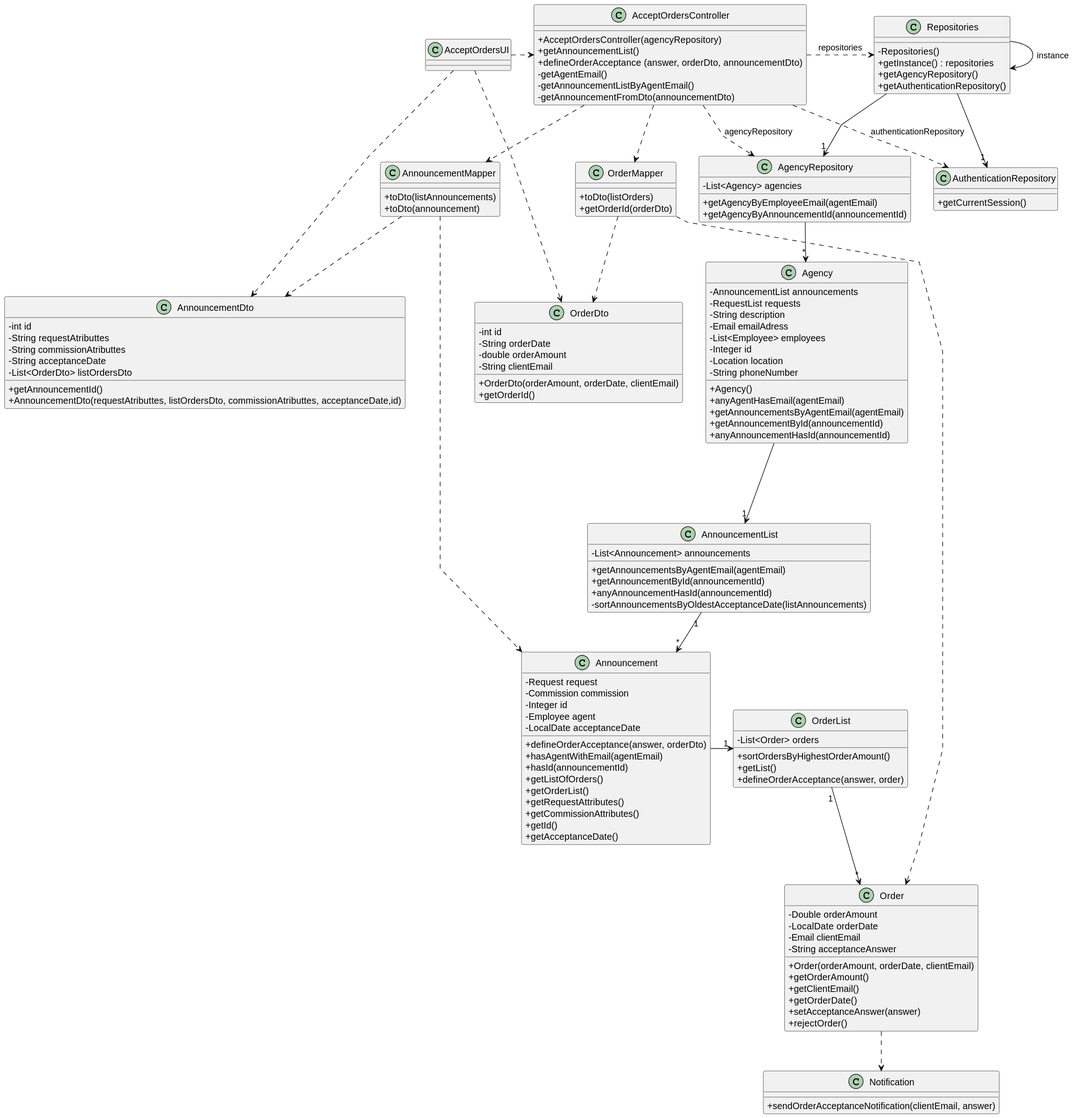
Before: docs/sprintC/us011/03.design/svg/us011-class-diagram.svg, a diagram exported from PlantUML (rita-barbosa/LAPR2-2223).
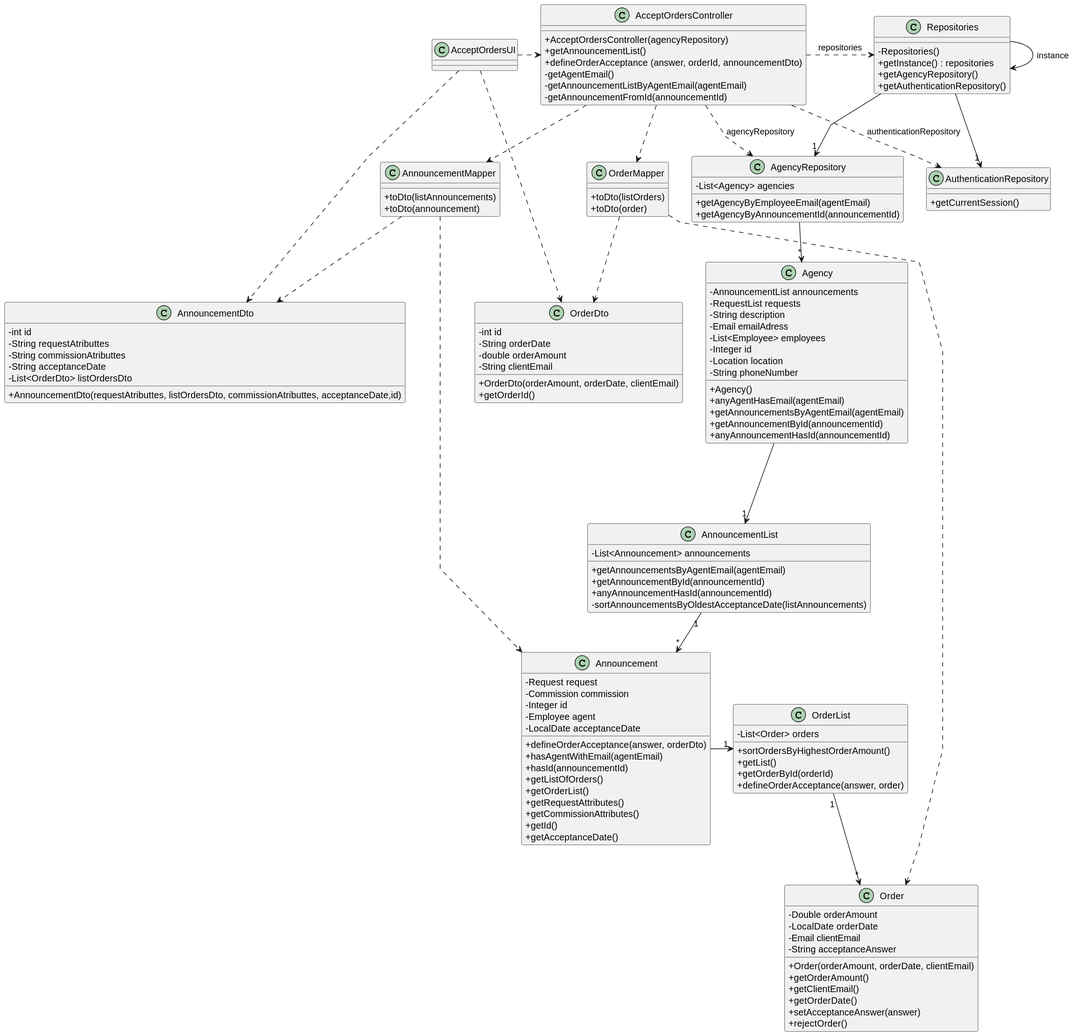
The same file after the commit.

Commit message:
Update Sequence & Class diagram: final alterations [US011][Design][#01 & #05 Task]

The edit, as a diff of the source:
```diff
@@ -5,9 +5,6 @@
 
 skinparam classAttributeIconSize 0
 
-class Notification {
-+ sendOrderAcceptanceNotification(clientEmail, answer)
-}
 
 class Order {
     - Double orderAmount
@@ -24,13 +21,14 @@
 
 class OrderMapper {
     + toDto(listOrders)
-    + getOrderId(orderDto)
+    + toDto(order)
 }
 
 class OrderList {
     - List<Order> orders
     + sortOrdersByHighestOrderAmount()
     + getList()
+    + getOrderById(orderId)
     + defineOrderAcceptance(answer, order)
 }
 
@@ -66,7 +64,6 @@
     - String commissionAtributtes
     - String acceptanceDate
     - List<OrderDto> listOrdersDto
-    + getAnnouncementId()
     + AnnouncementDto(requestAtributtes, listOrdersDto, commissionAtributtes, acceptanceDate,id)
 }
 
@@ -119,10 +116,10 @@
 class AcceptOrdersController {
     + AcceptOrdersController(agencyRepository)
     + getAnnouncementList()
-    + defineOrderAcceptance (answer, orderDto, announcementDto)
+    + defineOrderAcceptance (answer, orderId, announcementDto)
     - getAgentEmail()
-    - getAnnouncementListByAgentEmail()
-    - getAnnouncementFromDto(announcementDto)
+    - getAnnouncementListByAgentEmail(agentEmail)
+    - getAnnouncementFromId(announcementId)
 }
 
 
@@ -150,5 +147,4 @@
 AnnouncementList "1" --> "*" Announcement
 Announcement -> "1" OrderList
 OrderList "1" --> "*" Order
-Order .-> Notification
 @enduml
```
